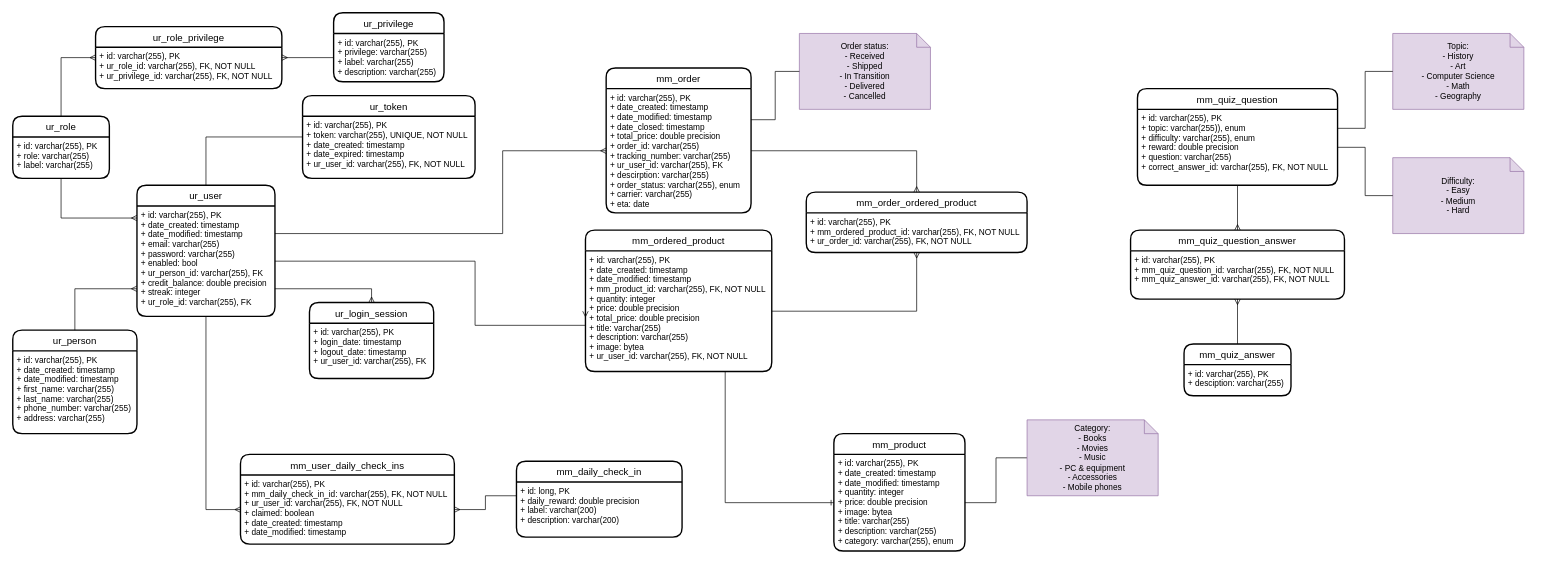
Above: page "ER models" (7 of 7) of EMT_diagrams.drawio in bbozilov26/EMT_2023_backend (draw.io), before the change. Source tidied: cells renumbered, new cells numbered last; positions are measured from the earlier drawing's top-left corner, leaving out a move shared by most shapes. Both pictures are drawn from the tidied source at 69%, with x=0, y=0 at pixel (12, 12).
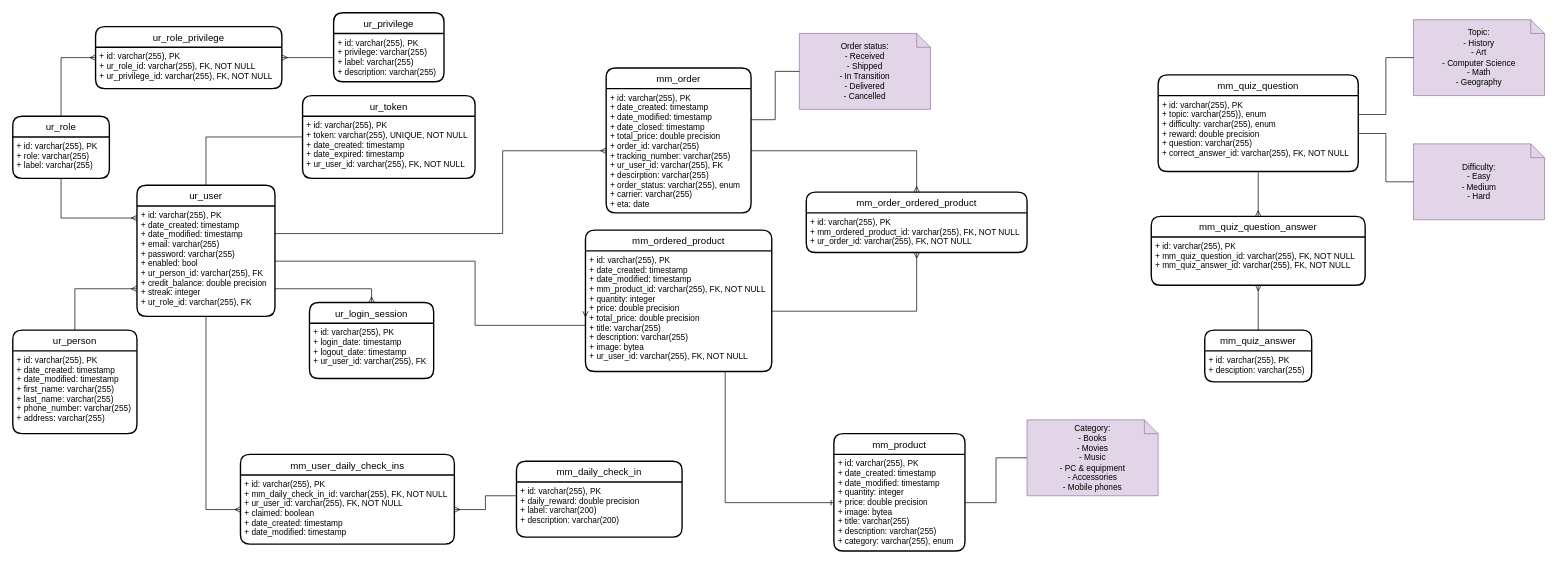
After the change.

The change refers to these unchanged cells:
```xml
<mxCell id="34" value="mm_daily_check_in" style="swimlane;horizontal=1;startSize=30;rounded=1;fontSize=14;fontStyle=0;strokeWidth=2;shadow=0;dashed=0;align=center;" parent="1" vertex="1">
  <mxGeometry x="730" y="650" width="240" height="110" as="geometry" />
</mxCell>
```

Change to the diagram source:
```diff
@@
     <mxCell id="25" value="Topic:&lt;br&gt;- History&lt;br&gt;- Art&lt;br&gt;- Computer Science&lt;br&gt;- Math&lt;br&gt;- Geography" style="shape=note;size=20;whiteSpace=wrap;html=1;fillColor=#e1d5e7;strokeColor=#9673a6;" parent="1" vertex="1">
-      <mxGeometry x="2000" y="30" width="190" height="110" as="geometry" />
+      <mxGeometry x="2030" y="10" width="190" height="110" as="geometry" />
     </mxCell>
     <mxCell id="26" value="Difficulty:&lt;br&gt;- Easy&lt;br&gt;- Medium&lt;br&gt;- Hard" style="shape=note;size=20;whiteSpace=wrap;html=1;fillColor=#e1d5e7;strokeColor=#9673a6;" parent="1" vertex="1">
-      <mxGeometry x="2000" y="210" width="190" height="110" as="geometry" />
+      <mxGeometry x="2030" y="190" width="190" height="110" as="geometry" />
     </mxCell>
     <mxCell id="27" value="mm_quiz_question" style="swimlane;horizontal=1;startSize=30;rounded=1;fontSize=14;fontStyle=0;strokeWidth=2;shadow=0;dashed=0;align=center;" parent="1" vertex="1">
-      <mxGeometry x="1630" y="110" width="290" height="140" as="geometry" />
+      <mxGeometry x="1660" y="90" width="290" height="140" as="geometry" />
     </mxCell>
@@
     <mxCell id="31" value="mm_quiz_answer" style="swimlane;horizontal=1;startSize=30;rounded=1;fontSize=14;fontStyle=0;strokeWidth=2;shadow=0;dashed=0;align=center;" parent="1" vertex="1">
-      <mxGeometry x="1697.5" y="480" width="155" height="75" as="geometry" />
+      <mxGeometry x="1727.5" y="460" width="155" height="75" as="geometry" />
     </mxCell>
@@
-    <mxCell id="35" value="+ id: long, PK&#10;+ daily_reward: double precision&#10;+ label: varchar(200)&#10;+ description: varchar(200)" style="align=left;strokeColor=none;fillColor=none;spacingLeft=4;fontSize=12;verticalAlign=top;" parent="34" vertex="1">
+    <mxCell id="35" value="+ id: varchar(255), PK&#10;+ daily_reward: double precision&#10;+ label: varchar(200)&#10;+ description: varchar(200)" style="align=left;strokeColor=none;fillColor=none;spacingLeft=4;fontSize=12;verticalAlign=top;" parent="34" vertex="1">
       <mxGeometry y="30" width="240" height="80" as="geometry" />
     </mxCell>
@@
     <mxCell id="46" value="mm_quiz_question_answer" style="swimlane;horizontal=1;startSize=30;rounded=1;fontSize=14;fontStyle=0;strokeWidth=2;shadow=0;dashed=0;align=center;" parent="1" vertex="1">
-      <mxGeometry x="1620" y="315" width="310" height="100" as="geometry" />
+      <mxGeometry x="1650" y="295" width="310" height="100" as="geometry" />
     </mxCell>
```
